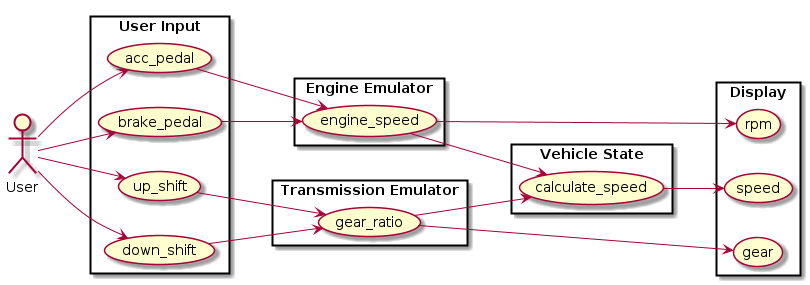
Earlier version of the PlantUML export Emulator/doc/uscases.png (muncausen/BootCampMidTermLab). Its diagram source:
```plantuml
@startuml uscases
left to right direction

actor User

rectangle "User Input" {
  usecase acc_pedal
  usecase brake_pedal
  usecase up_shift
  usecase down_shift
}

rectangle "Engine Emulator" {
  usecase engine_speed
}

rectangle "Transmission Emulator" {
  usecase gear_ratio
}

rectangle "Vehicle State" {
  usecase calculate_speed
}

rectangle "Display" {
  usecase speed
  usecase rpm
  usecase gear
}

User --> acc_pedal
User --> brake_pedal
User --> up_shift
User --> down_shift

acc_pedal --> engine_speed
brake_pedal --> engine_speed
up_shift --> gear_ratio
down_shift --> gear_ratio

engine_speed --> calculate_speed
engine_speed --> rpm
gear_ratio --> calculate_speed
gear_ratio --> gear
calculate_speed --> speed

@enduml
```
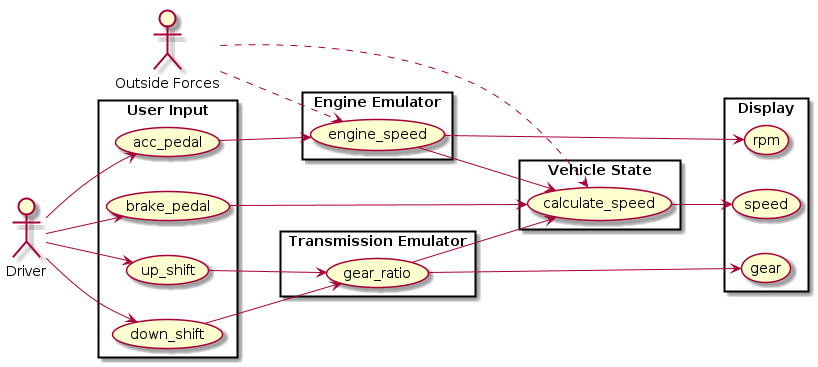
The same diagram one commit later.

Commit message:
first commit of user input

Change to the diagram source:
```diff
@@ -1,7 +1,8 @@
 @startuml uscases
 left to right direction
 
-actor User
+actor "Driver" as user
+actor "Outside Forces" as outside
 
 rectangle "User Input" {
   usecase acc_pedal
@@ -28,13 +29,16 @@
   usecase gear
 }
 
-User --> acc_pedal
-User --> brake_pedal
-User --> up_shift
-User --> down_shift
+user --> acc_pedal
+user --> brake_pedal
+user --> up_shift
+user --> down_shift
+
+outside ..> engine_speed
+outside ..> calculate_speed
 
 acc_pedal --> engine_speed
-brake_pedal --> engine_speed
+brake_pedal --> calculate_speed
 up_shift --> gear_ratio
 down_shift --> gear_ratio
 
```
